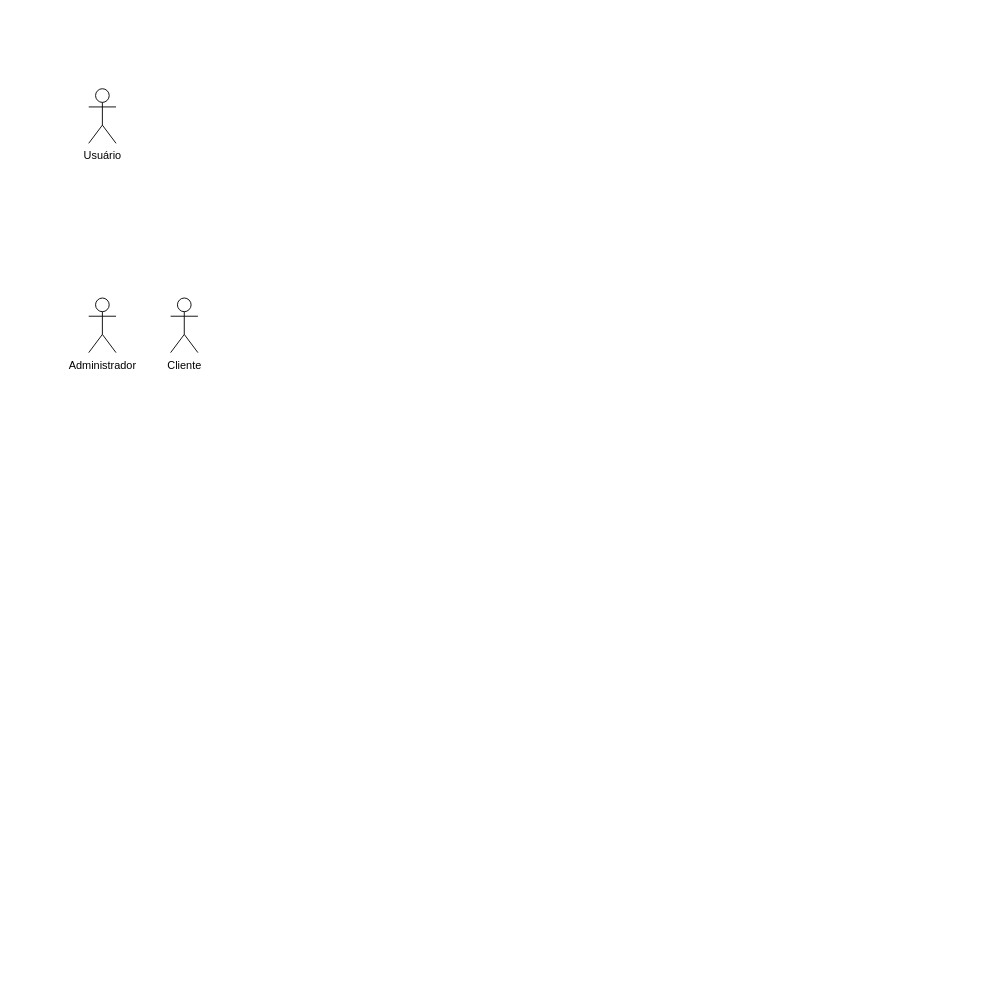
Above: IES300/projeto/projeto_IES3_cs_uso.drawio in leonardosetti/FATECTq (draw.io), before the change. Source tidied: cells renumbered, new cells numbered last; positions are measured from the earlier drawing's top-left corner, leaving out a move shared by most shapes. Both pictures are drawn from the tidied source at 91%, with x=0, y=0 at pixel (88, 88).
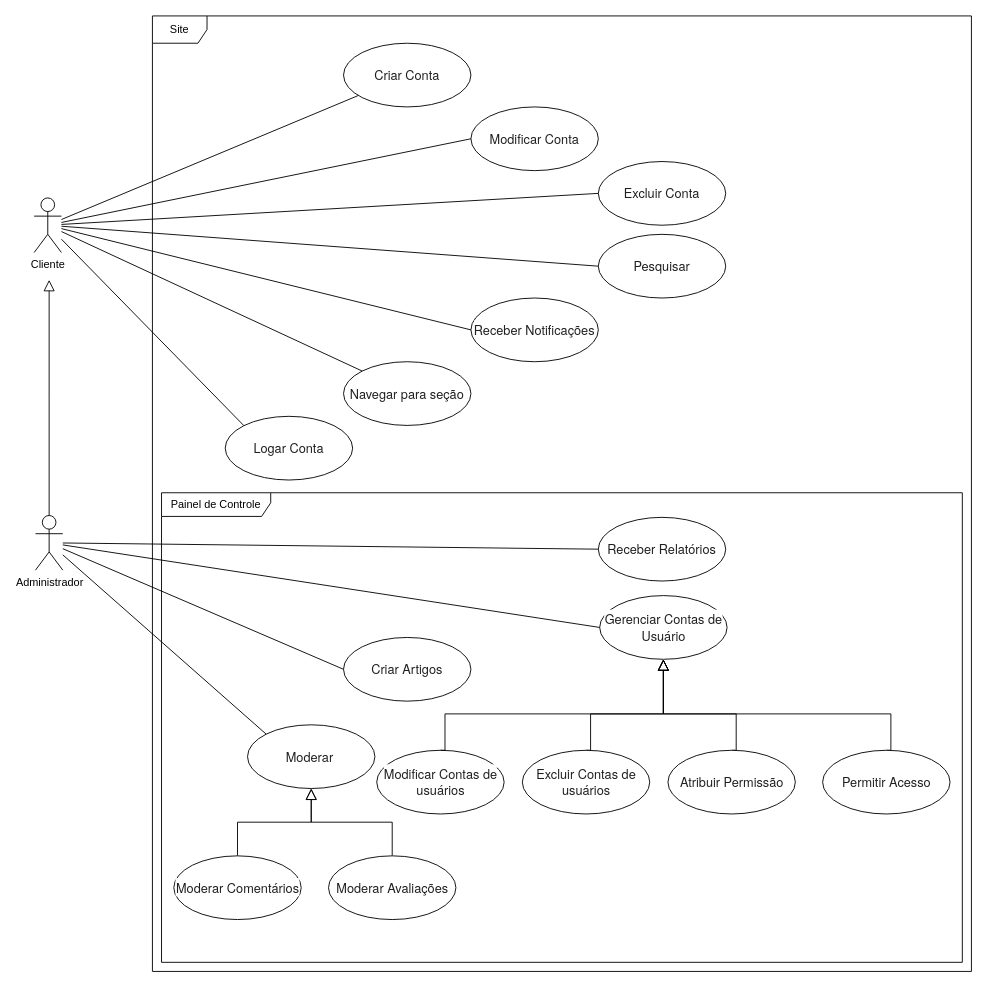
The same diagram, later.

Change to the diagram source:
```diff
@@
+    <mxCell id="5" style="group;" parent="1" vertex="1">
+      <mxGeometry x="-60" y="-80" width="1030" height="1050" as="geometry" />
+    </mxCell>
+    <mxCell id="6" value="Site" style="shape=umlFrame;whiteSpace=wrap;html=1;" parent="5" vertex="1">
+      <mxGeometry x="130" width="900" height="1050" as="geometry" />
+    </mxCell>
+    <mxCell id="7" value="Painel de Controle" style="shape=umlFrame;whiteSpace=wrap;html=1;width=120;height=26;" parent="5" vertex="1">
+      <mxGeometry x="140" y="524" width="880" height="516" as="geometry" />
+    </mxCell>
-    <mxCell id="2" value="Cliente&lt;br&gt;" style="shape=umlActor;verticalLabelPosition=bottom;verticalAlign=top;html=1;outlineConnect=0;" parent="1" vertex="1">
-      <mxGeometry x="90" y="230" width="30" height="60" as="geometry" />
+    <mxCell id="2" value="Cliente&lt;br&gt;" style="shape=umlActor;verticalLabelPosition=bottom;verticalAlign=top;html=1;outlineConnect=0;" parent="5" vertex="1">
+      <mxGeometry y="200" width="30" height="60" as="geometry" />
     </mxCell>
-    <mxCell id="3" value="Usuário" style="shape=umlActor;verticalLabelPosition=bottom;verticalAlign=top;html=1;" parent="1" vertex="1">
-      <mxGeometry width="30" height="60" as="geometry" />
-    </mxCell>
+    <mxCell id="8" style="edgeStyle=orthogonalEdgeStyle;rounded=0;jettySize=auto;html=1;endArrow=block;endFill=0;endSize=10;" parent="5" edge="1" source="4">
+      <mxGeometry relative="1" as="geometry">
+        <mxPoint x="16.5" y="290" as="targetPoint" />
+      </mxGeometry>
+    </mxCell>
-    <mxCell id="4" value="Administrador" style="shape=umlActor;verticalLabelPosition=bottom;verticalAlign=top;html=1;outlineConnect=0;" parent="1" vertex="1">
-      <mxGeometry y="230" width="30" height="60" as="geometry" />
+    <mxCell id="4" value="Administrador" style="shape=umlActor;verticalLabelPosition=bottom;verticalAlign=top;html=1;outlineConnect=0;" parent="5" vertex="1">
+      <mxGeometry x="1.5" y="549" width="30" height="60" as="geometry" />
     </mxCell>
+    <mxCell id="9" value="&lt;span style=&quot;color: rgb(31, 31, 31); font-family: &amp;quot;Google Sans&amp;quot;, &amp;quot;Helvetica Neue&amp;quot;, sans-serif; font-size: 14px; font-style: normal; font-variant-ligatures: normal; font-variant-caps: normal; font-weight: 400; letter-spacing: normal; orphans: 2; text-align: start; text-indent: 0px; text-transform: none; widows: 2; word-spacing: 0px; -webkit-text-stroke-width: 0px; background-color: rgb(255, 255, 255); text-decoration-thickness: initial; text-decoration-style: initial; text-decoration-color: initial; float: none; display: inline !important;&quot;&gt;Modificar Conta&lt;/span&gt;" style="ellipse;whiteSpace=wrap;html=1;" parent="5" vertex="1">
+      <mxGeometry x="480" y="100" width="140" height="70" as="geometry" />
+    </mxCell>
+    <mxCell id="10" style="rounded=0;jettySize=auto;html=1;entryX=0;entryY=0.5;entryDx=0;entryDy=0;endArrow=none;endFill=0;" parent="5" edge="1" source="2" target="9">
+      <mxGeometry relative="1" as="geometry" />
+    </mxCell>
+    <mxCell id="11" value="&lt;span style=&quot;color: rgb(31, 31, 31); font-family: &amp;quot;Google Sans&amp;quot;, &amp;quot;Helvetica Neue&amp;quot;, sans-serif; font-size: 14px; font-style: normal; font-variant-ligatures: normal; font-variant-caps: normal; font-weight: 400; letter-spacing: normal; orphans: 2; text-align: start; text-indent: 0px; text-transform: none; widows: 2; word-spacing: 0px; -webkit-text-stroke-width: 0px; background-color: rgb(255, 255, 255); text-decoration-thickness: initial; text-decoration-style: initial; text-decoration-color: initial; float: none; display: inline !important;&quot;&gt;Pesquisar&lt;/span&gt;" style="ellipse;whiteSpace=wrap;html=1;" parent="5" vertex="1">
+      <mxGeometry x="620" y="240" width="140" height="70" as="geometry" />
+    </mxCell>
+    <mxCell id="12" style="rounded=0;jettySize=auto;html=1;endArrow=none;endFill=0;entryX=0;entryY=0.5;entryDx=0;entryDy=0;" parent="5" edge="1" source="2" target="11">
+      <mxGeometry relative="1" as="geometry" />
+    </mxCell>
+    <mxCell id="13" value="&lt;span style=&quot;color: rgb(31, 31, 31); font-family: &amp;quot;Google Sans&amp;quot;, &amp;quot;Helvetica Neue&amp;quot;, sans-serif; font-size: 14px; font-style: normal; font-variant-ligatures: normal; font-variant-caps: normal; font-weight: 400; letter-spacing: normal; orphans: 2; text-align: start; text-indent: 0px; text-transform: none; widows: 2; word-spacing: 0px; -webkit-text-stroke-width: 0px; background-color: rgb(255, 255, 255); text-decoration-thickness: initial; text-decoration-style: initial; text-decoration-color: initial; float: none; display: inline !important;&quot;&gt;Receber Notificações&lt;/span&gt;" style="ellipse;whiteSpace=wrap;html=1;" parent="5" vertex="1">
+      <mxGeometry x="480" y="310" width="140" height="70" as="geometry" />
+    </mxCell>
+    <mxCell id="14" style="rounded=0;jettySize=auto;html=1;entryX=0;entryY=0.5;entryDx=0;entryDy=0;endArrow=none;endFill=0;" parent="5" edge="1" source="2" target="13">
+      <mxGeometry relative="1" as="geometry" />
+    </mxCell>
+    <mxCell id="15" value="&lt;span style=&quot;color: rgb(31, 31, 31); font-family: &amp;quot;Google Sans&amp;quot;, &amp;quot;Helvetica Neue&amp;quot;, sans-serif; font-size: 14px; font-style: normal; font-variant-ligatures: normal; font-variant-caps: normal; font-weight: 400; letter-spacing: normal; orphans: 2; text-align: start; text-indent: 0px; text-transform: none; widows: 2; word-spacing: 0px; -webkit-text-stroke-width: 0px; background-color: rgb(255, 255, 255); text-decoration-thickness: initial; text-decoration-style: initial; text-decoration-color: initial; float: none; display: inline !important;&quot;&gt;Modificar Contas de usuários&lt;/span&gt;" style="ellipse;whiteSpace=wrap;html=1;" parent="5" vertex="1">
+      <mxGeometry x="376.5" y="807" width="140" height="70" as="geometry" />
+    </mxCell>
+    <mxCell id="16" value="&lt;span style=&quot;color: rgb(31, 31, 31); font-family: &amp;quot;Google Sans&amp;quot;, &amp;quot;Helvetica Neue&amp;quot;, sans-serif; font-size: 14px; font-style: normal; font-variant-ligatures: normal; font-variant-caps: normal; font-weight: 400; letter-spacing: normal; orphans: 2; text-align: start; text-indent: 0px; text-transform: none; widows: 2; word-spacing: 0px; -webkit-text-stroke-width: 0px; background-color: rgb(255, 255, 255); text-decoration-thickness: initial; text-decoration-style: initial; text-decoration-color: initial; float: none; display: inline !important;&quot;&gt;Gerenciar Contas de Usuário&lt;/span&gt;" style="ellipse;whiteSpace=wrap;html=1;" parent="5" vertex="1">
+      <mxGeometry x="621.5" y="637" width="140" height="70" as="geometry" />
+    </mxCell>
+    <mxCell id="17" style="edgeStyle=none;shape=connector;rounded=0;jettySize=auto;html=1;entryX=0;entryY=0.5;entryDx=0;entryDy=0;labelBackgroundColor=default;strokeColor=default;align=center;verticalAlign=middle;fontFamily=Helvetica;fontSize=11;fontColor=default;endArrow=none;endFill=0;" parent="5" edge="1" source="4" target="16">
+      <mxGeometry relative="1" as="geometry" />
+    </mxCell>
+    <mxCell id="18" style="edgeStyle=orthogonalEdgeStyle;rounded=0;jettySize=auto;html=1;endArrow=block;endFill=0;endSize=10;exitX=0.5;exitY=0;exitDx=0;exitDy=0;entryX=0.5;entryY=1;entryDx=0;entryDy=0;" parent="5" edge="1" source="15" target="16">
+      <mxGeometry relative="1" as="geometry">
+        <Array as="points">
+          <mxPoint x="451.5" y="807" />
+          <mxPoint x="451.5" y="767" />
+          <mxPoint x="691.5" y="767" />
+        </Array>
+      </mxGeometry>
+    </mxCell>
+    <mxCell id="19" value="&lt;span style=&quot;color: rgb(31, 31, 31); font-family: &amp;quot;Google Sans&amp;quot;, &amp;quot;Helvetica Neue&amp;quot;, sans-serif; font-size: 14px; font-style: normal; font-variant-ligatures: normal; font-variant-caps: normal; font-weight: 400; letter-spacing: normal; orphans: 2; text-align: start; text-indent: 0px; text-transform: none; widows: 2; word-spacing: 0px; -webkit-text-stroke-width: 0px; background-color: rgb(255, 255, 255); text-decoration-thickness: initial; text-decoration-style: initial; text-decoration-color: initial; float: none; display: inline !important;&quot;&gt;Navegar para seção&lt;/span&gt;" style="ellipse;whiteSpace=wrap;html=1;" parent="5" vertex="1">
+      <mxGeometry x="340" y="380" width="140" height="70" as="geometry" />
+    </mxCell>
+    <mxCell id="20" style="rounded=0;jettySize=auto;html=1;entryX=0;entryY=0;entryDx=0;entryDy=0;endArrow=none;endFill=0;" parent="5" edge="1" source="2" target="19">
+      <mxGeometry relative="1" as="geometry" />
+    </mxCell>
+    <mxCell id="21" style="edgeStyle=orthogonalEdgeStyle;rounded=0;jettySize=auto;html=1;endArrow=block;endFill=0;endSize=10;exitX=0.5;exitY=0;exitDx=0;exitDy=0;entryX=0.5;entryY=1;entryDx=0;entryDy=0;" parent="5" edge="1" source="38" target="16">
+      <mxGeometry relative="1" as="geometry">
+        <Array as="points">
+          <mxPoint x="771.5" y="807" />
+          <mxPoint x="771.5" y="767" />
+          <mxPoint x="691.5" y="767" />
+        </Array>
+      </mxGeometry>
+    </mxCell>
+    <mxCell id="22" style="edgeStyle=orthogonalEdgeStyle;rounded=0;jettySize=auto;html=1;endArrow=block;endFill=0;endSize=10;exitX=0.5;exitY=0;exitDx=0;exitDy=0;entryX=0.5;entryY=1;entryDx=0;entryDy=0;" parent="5" edge="1" source="23" target="16">
+      <mxGeometry relative="1" as="geometry">
+        <Array as="points">
+          <mxPoint x="941.5" y="767" />
+          <mxPoint x="691.5" y="767" />
+        </Array>
+      </mxGeometry>
+    </mxCell>
+    <mxCell id="23" value="&lt;span style=&quot;color: rgb(31, 31, 31); font-family: &amp;quot;Google Sans&amp;quot;, &amp;quot;Helvetica Neue&amp;quot;, sans-serif; font-size: 14px; font-style: normal; font-variant-ligatures: normal; font-variant-caps: normal; font-weight: 400; letter-spacing: normal; orphans: 2; text-align: start; text-indent: 0px; text-transform: none; widows: 2; word-spacing: 0px; -webkit-text-stroke-width: 0px; background-color: rgb(255, 255, 255); text-decoration-thickness: initial; text-decoration-style: initial; text-decoration-color: initial; float: none; display: inline !important;&quot;&gt;Permitir Acesso&lt;/span&gt;" style="ellipse;whiteSpace=wrap;html=1;" parent="5" vertex="1">
+      <mxGeometry x="866.5" y="807" width="140" height="70" as="geometry" />
+    </mxCell>
+    <mxCell id="24" style="edgeStyle=orthogonalEdgeStyle;rounded=0;jettySize=auto;html=1;endArrow=block;endFill=0;endSize=10;exitX=0.5;exitY=0;exitDx=0;exitDy=0;entryX=0.5;entryY=1;entryDx=0;entryDy=0;" parent="5" edge="1" source="25" target="16">
+      <mxGeometry relative="1" as="geometry">
+        <Array as="points">
+          <mxPoint x="611.5" y="807" />
+          <mxPoint x="611.5" y="767" />
+          <mxPoint x="691.5" y="767" />
+        </Array>
+      </mxGeometry>
+    </mxCell>
+    <mxCell id="25" value="&lt;span style=&quot;color: rgb(31, 31, 31); font-family: &amp;quot;Google Sans&amp;quot;, &amp;quot;Helvetica Neue&amp;quot;, sans-serif; font-size: 14px; font-style: normal; font-variant-ligatures: normal; font-variant-caps: normal; font-weight: 400; letter-spacing: normal; orphans: 2; text-align: start; text-indent: 0px; text-transform: none; widows: 2; word-spacing: 0px; -webkit-text-stroke-width: 0px; background-color: rgb(255, 255, 255); text-decoration-thickness: initial; text-decoration-style: initial; text-decoration-color: initial; float: none; display: inline !important;&quot;&gt;Excluir Contas de usuários&lt;/span&gt;" style="ellipse;whiteSpace=wrap;html=1;" parent="5" vertex="1">
+      <mxGeometry x="536.5" y="807" width="140" height="70" as="geometry" />
+    </mxCell>
+    <mxCell id="26" value="&lt;span style=&quot;color: rgb(31, 31, 31); font-family: &amp;quot;Google Sans&amp;quot;, &amp;quot;Helvetica Neue&amp;quot;, sans-serif; font-size: 14px; font-style: normal; font-variant-ligatures: normal; font-variant-caps: normal; font-weight: 400; letter-spacing: normal; orphans: 2; text-align: start; text-indent: 0px; text-transform: none; widows: 2; word-spacing: 0px; -webkit-text-stroke-width: 0px; background-color: rgb(255, 255, 255); text-decoration-thickness: initial; text-decoration-style: initial; text-decoration-color: initial; float: none; display: inline !important;&quot;&gt;Criar Conta&lt;/span&gt;" style="ellipse;whiteSpace=wrap;html=1;" parent="5" vertex="1">
+      <mxGeometry x="340" y="30" width="140" height="70" as="geometry" />
+    </mxCell>
+    <mxCell id="27" style="rounded=0;jettySize=auto;html=1;endArrow=none;endFill=0;" parent="5" edge="1" source="2" target="26">
+      <mxGeometry relative="1" as="geometry" />
+    </mxCell>
+    <mxCell id="28" value="&lt;span style=&quot;color: rgb(31, 31, 31); font-family: &amp;quot;Google Sans&amp;quot;, &amp;quot;Helvetica Neue&amp;quot;, sans-serif; font-size: 14px; font-style: normal; font-variant-ligatures: normal; font-variant-caps: normal; font-weight: 400; letter-spacing: normal; orphans: 2; text-align: start; text-indent: 0px; text-transform: none; widows: 2; word-spacing: 0px; -webkit-text-stroke-width: 0px; background-color: rgb(255, 255, 255); text-decoration-thickness: initial; text-decoration-style: initial; text-decoration-color: initial; float: none; display: inline !important;&quot;&gt;Excluir Conta&lt;/span&gt;" style="ellipse;whiteSpace=wrap;html=1;" parent="5" vertex="1">
+      <mxGeometry x="620" y="160" width="140" height="70" as="geometry" />
+    </mxCell>
+    <mxCell id="29" style="rounded=0;jettySize=auto;html=1;entryX=0;entryY=0.5;entryDx=0;entryDy=0;endArrow=none;endFill=0;" parent="5" edge="1" source="2" target="28">
+      <mxGeometry relative="1" as="geometry" />
+    </mxCell>
+    <mxCell id="30" value="&lt;span style=&quot;color: rgb(31, 31, 31); font-family: &amp;quot;Google Sans&amp;quot;, &amp;quot;Helvetica Neue&amp;quot;, sans-serif; font-size: 14px; font-style: normal; font-variant-ligatures: normal; font-variant-caps: normal; font-weight: 400; letter-spacing: normal; orphans: 2; text-align: start; text-indent: 0px; text-transform: none; widows: 2; word-spacing: 0px; -webkit-text-stroke-width: 0px; background-color: rgb(255, 255, 255); text-decoration-thickness: initial; text-decoration-style: initial; text-decoration-color: initial; float: none; display: inline !important;&quot;&gt;Criar Artigos&lt;br&gt;&lt;/span&gt;" style="ellipse;whiteSpace=wrap;html=1;" parent="5" vertex="1">
+      <mxGeometry x="340" y="683" width="140" height="70" as="geometry" />
+    </mxCell>
+    <mxCell id="31" style="edgeStyle=none;shape=connector;rounded=0;jettySize=auto;html=1;entryX=0;entryY=0.5;entryDx=0;entryDy=0;labelBackgroundColor=default;strokeColor=default;align=center;verticalAlign=middle;fontFamily=Helvetica;fontSize=11;fontColor=default;endArrow=none;endFill=0;" parent="5" edge="1" source="4" target="30">
+      <mxGeometry relative="1" as="geometry" />
+    </mxCell>
+    <mxCell id="32" value="&lt;span style=&quot;color: rgb(31, 31, 31); font-family: &amp;quot;Google Sans&amp;quot;, &amp;quot;Helvetica Neue&amp;quot;, sans-serif; font-size: 14px; font-style: normal; font-variant-ligatures: normal; font-variant-caps: normal; font-weight: 400; letter-spacing: normal; orphans: 2; text-align: start; text-indent: 0px; text-transform: none; widows: 2; word-spacing: 0px; -webkit-text-stroke-width: 0px; background-color: rgb(255, 255, 255); text-decoration-thickness: initial; text-decoration-style: initial; text-decoration-color: initial; float: none; display: inline !important;&quot;&gt;Moderar&amp;nbsp;&lt;br&gt;&lt;/span&gt;" style="ellipse;whiteSpace=wrap;html=1;" parent="5" vertex="1">
+      <mxGeometry x="234.5" y="779" width="140" height="70" as="geometry" />
+    </mxCell>
+    <mxCell id="33" style="edgeStyle=none;shape=connector;rounded=0;jettySize=auto;html=1;entryX=0;entryY=0;entryDx=0;entryDy=0;labelBackgroundColor=default;strokeColor=default;align=center;verticalAlign=middle;fontFamily=Helvetica;fontSize=11;fontColor=default;endArrow=none;endFill=0;" parent="5" edge="1" source="4" target="32">
+      <mxGeometry relative="1" as="geometry" />
+    </mxCell>
+    <mxCell id="34" style="edgeStyle=orthogonalEdgeStyle;rounded=0;jettySize=auto;html=1;endArrow=block;endFill=0;exitX=0.5;exitY=0;exitDx=0;exitDy=0;entryX=0.5;entryY=1;entryDx=0;entryDy=0;endSize=10;" parent="5" edge="1" source="35" target="32">
+      <mxGeometry relative="1" as="geometry" />
+    </mxCell>
+    <mxCell id="35" value="&lt;span style=&quot;color: rgb(31, 31, 31); font-family: &amp;quot;Google Sans&amp;quot;, &amp;quot;Helvetica Neue&amp;quot;, sans-serif; font-size: 14px; font-style: normal; font-variant-ligatures: normal; font-variant-caps: normal; font-weight: 400; letter-spacing: normal; orphans: 2; text-align: start; text-indent: 0px; text-transform: none; widows: 2; word-spacing: 0px; -webkit-text-stroke-width: 0px; background-color: rgb(255, 255, 255); text-decoration-thickness: initial; text-decoration-style: initial; text-decoration-color: initial; float: none; display: inline !important;&quot;&gt;Moderar Avaliações&lt;br&gt;&lt;/span&gt;" style="ellipse;whiteSpace=wrap;html=1;" parent="5" vertex="1">
+      <mxGeometry x="323.5" y="923" width="140" height="70" as="geometry" />
+    </mxCell>
+    <mxCell id="36" style="edgeStyle=orthogonalEdgeStyle;rounded=0;jettySize=auto;html=1;endArrow=block;endFill=0;endSize=10;" parent="5" edge="1" source="37" target="32">
+      <mxGeometry relative="1" as="geometry" />
+    </mxCell>
+    <mxCell id="37" value="&lt;span style=&quot;color: rgb(31, 31, 31); font-family: &amp;quot;Google Sans&amp;quot;, &amp;quot;Helvetica Neue&amp;quot;, sans-serif; font-size: 14px; font-style: normal; font-variant-ligatures: normal; font-variant-caps: normal; font-weight: 400; letter-spacing: normal; orphans: 2; text-align: start; text-indent: 0px; text-transform: none; widows: 2; word-spacing: 0px; -webkit-text-stroke-width: 0px; background-color: rgb(255, 255, 255); text-decoration-thickness: initial; text-decoration-style: initial; text-decoration-color: initial; float: none; display: inline !important;&quot;&gt;Moderar Comentários&lt;br&gt;&lt;/span&gt;" style="ellipse;whiteSpace=wrap;html=1;" parent="5" vertex="1">
+      <mxGeometry x="153.5" y="923" width="140" height="70" as="geometry" />
+    </mxCell>
+    <mxCell id="38" value="&lt;span style=&quot;color: rgb(31, 31, 31); font-family: &amp;quot;Google Sans&amp;quot;, &amp;quot;Helvetica Neue&amp;quot;, sans-serif; font-size: 14px; font-style: normal; font-variant-ligatures: normal; font-variant-caps: normal; font-weight: 400; letter-spacing: normal; orphans: 2; text-align: start; text-indent: 0px; text-transform: none; widows: 2; word-spacing: 0px; -webkit-text-stroke-width: 0px; background-color: rgb(255, 255, 255); text-decoration-thickness: initial; text-decoration-style: initial; text-decoration-color: initial; float: none; display: inline !important;&quot;&gt;Atribuir Permissão&lt;/span&gt;" style="ellipse;whiteSpace=wrap;html=1;" parent="5" vertex="1">
+      <mxGeometry x="696.5" y="807" width="140" height="70" as="geometry" />
+    </mxCell>
+    <mxCell id="39" value="&lt;span style=&quot;color: rgb(31, 31, 31); font-family: &amp;quot;Google Sans&amp;quot;, &amp;quot;Helvetica Neue&amp;quot;, sans-serif; font-size: 14px; font-style: normal; font-variant-ligatures: normal; font-variant-caps: normal; font-weight: 400; letter-spacing: normal; orphans: 2; text-align: start; text-indent: 0px; text-transform: none; widows: 2; word-spacing: 0px; -webkit-text-stroke-width: 0px; background-color: rgb(255, 255, 255); text-decoration-thickness: initial; text-decoration-style: initial; text-decoration-color: initial; float: none; display: inline !important;&quot;&gt;Receber Relatórios&lt;br&gt;&lt;/span&gt;" style="ellipse;whiteSpace=wrap;html=1;" parent="5" vertex="1">
+      <mxGeometry x="620" y="551" width="140" height="70" as="geometry" />
+    </mxCell>
+    <mxCell id="40" style="edgeStyle=none;shape=connector;rounded=0;jettySize=auto;html=1;entryX=0;entryY=0.5;entryDx=0;entryDy=0;labelBackgroundColor=default;strokeColor=default;align=center;verticalAlign=middle;fontFamily=Helvetica;fontSize=11;fontColor=default;endArrow=none;endFill=0;" parent="5" edge="1" source="4" target="39">
+      <mxGeometry relative="1" as="geometry" />
+    </mxCell>
+    <mxCell id="41" value="&lt;span style=&quot;color: rgb(31, 31, 31); font-family: &amp;quot;Google Sans&amp;quot;, &amp;quot;Helvetica Neue&amp;quot;, sans-serif; font-size: 14px; font-style: normal; font-variant-ligatures: normal; font-variant-caps: normal; font-weight: 400; letter-spacing: normal; orphans: 2; text-align: start; text-indent: 0px; text-transform: none; widows: 2; word-spacing: 0px; -webkit-text-stroke-width: 0px; background-color: rgb(255, 255, 255); text-decoration-thickness: initial; text-decoration-style: initial; text-decoration-color: initial; float: none; display: inline !important;&quot;&gt;Logar Conta&lt;/span&gt;" style="ellipse;whiteSpace=wrap;html=1;" parent="5" vertex="1">
+      <mxGeometry x="210" y="440" width="140" height="70" as="geometry" />
+    </mxCell>
+    <mxCell id="42" style="rounded=0;jettySize=auto;html=1;entryX=0;entryY=0;entryDx=0;entryDy=0;endArrow=none;endFill=0;" parent="5" edge="1" source="2" target="41">
+      <mxGeometry relative="1" as="geometry" />
+    </mxCell>
```
